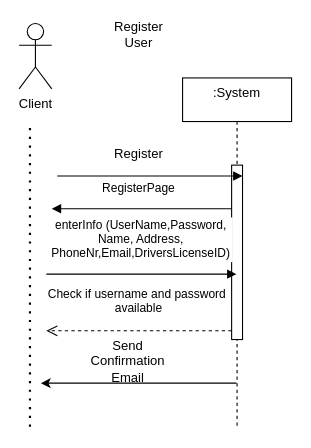
Before: page "Page-1" (1 of 2) of Document/Diagram/Register.drawio in Fei-D20/The_Autocamper_rental_business, a draw.io diagram. Source tidied: cells renumbered, new cells numbered last; positions are measured from the earlier drawing's top-left corner, leaving out a move shared by most shapes. Both pictures are drawn from the tidied source at 109%, with x=0, y=0 at pixel (19, 23).
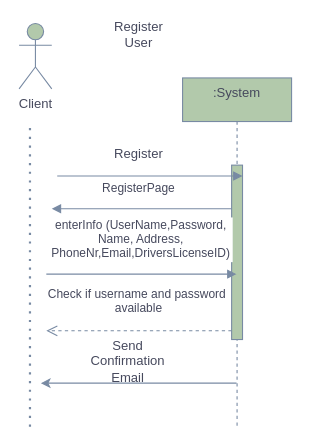
The same diagram, later.

Diff of the diagram source:
```diff
@@
-    <mxCell id="2" value=":System&#10;" style="shape=umlLifeline;perimeter=lifelinePerimeter;rounded=0;shadow=0;strokeWidth=1;" parent="1" vertex="1">
+    <mxCell id="2" value=":System&#10;" style="shape=umlLifeline;perimeter=lifelinePerimeter;rounded=0;shadow=0;strokeWidth=1;fillColor=#B2C9AB;strokeColor=#788AA3;fontColor=#46495D;" parent="1" vertex="1">
       <mxGeometry x="150" y="50" width="100" height="320" as="geometry" />
     </mxCell>
-    <mxCell id="3" style="points=[];perimeter=orthogonalPerimeter;rounded=0;shadow=0;strokeWidth=1;" parent="2" vertex="1">
+    <mxCell id="3" style="points=[];perimeter=orthogonalPerimeter;rounded=0;shadow=0;strokeWidth=1;fillColor=#B2C9AB;strokeColor=#788AA3;fontColor=#46495D;" parent="2" vertex="1">
       <mxGeometry x="45" y="80" width="10" height="160" as="geometry" />
     </mxCell>
-    <mxCell id="4" value="Check if username and password &#10;available" style="verticalAlign=bottom;endArrow=open;dashed=1;endSize=8;exitX=0;exitY=0.95;shadow=0;strokeWidth=1;" parent="1" edge="1" source="3">
+    <mxCell id="4" value="Check if username and password &#10;available" style="verticalAlign=bottom;endArrow=open;dashed=1;endSize=8;exitX=0;exitY=0.95;shadow=0;strokeWidth=1;strokeColor=#788AA3;fontColor=#46495D;" parent="1" edge="1" source="3">
       <mxGeometry y="-12" relative="1" as="geometry">
         <mxPoint x="25" y="282" as="targetPoint" />
       </mxGeometry>
     </mxCell>
-    <mxCell id="5" value="enterInfo (UserName,Password,&#10;Name, Address,&#10;PhoneNr,Email,DriversLicenseID)" style="verticalAlign=bottom;endArrow=block;shadow=0;strokeWidth=1;" parent="1" edge="1" target="2">
+    <mxCell id="5" value="enterInfo (UserName,Password,&#10;Name, Address,&#10;PhoneNr,Email,DriversLicenseID)" style="verticalAlign=bottom;endArrow=block;shadow=0;strokeWidth=1;strokeColor=#788AA3;fontColor=#46495D;" parent="1" edge="1" target="2">
       <mxGeometry y="10" relative="1" as="geometry">
         <mxPoint x="25" y="230" as="sourcePoint" />
         <Array as="points">
           <mxPoint x="100" y="230" />
           <mxPoint x="150" y="230" />
         </Array>
       </mxGeometry>
     </mxCell>
-    <mxCell id="6" value="RegisterPage" style="verticalAlign=bottom;endArrow=block;entryX=1;entryY=0;shadow=0;strokeWidth=1;" parent="1" edge="1" source="3">
+    <mxCell id="6" value="RegisterPage" style="verticalAlign=bottom;endArrow=block;entryX=1;entryY=0;shadow=0;strokeWidth=1;strokeColor=#788AA3;fontColor=#46495D;" parent="1" edge="1" source="3">
       <mxGeometry x="0.03" y="-10" relative="1" as="geometry">
         <mxPoint x="30" y="170" as="targetPoint" />
       </mxGeometry>
     </mxCell>
-    <mxCell id="7" value="Client&lt;br&gt;" style="shape=umlActor;verticalLabelPosition=bottom;verticalAlign=top;html=1;" parent="1" vertex="1">
+    <mxCell id="7" value="Client&lt;br&gt;" style="shape=umlActor;verticalLabelPosition=bottom;verticalAlign=top;html=1;fillColor=#B2C9AB;strokeColor=#788AA3;fontColor=#46495D;" parent="1" vertex="1">
       <mxGeometry width="30" height="60" as="geometry" />
     </mxCell>
-    <mxCell id="8" style="endArrow=none;dashed=1;html=1;dashPattern=1 3;strokeWidth=2;" parent="1" edge="1">
+    <mxCell id="8" style="endArrow=none;dashed=1;html=1;dashPattern=1 3;strokeWidth=2;strokeColor=#788AA3;fontColor=#46495D;" parent="1" edge="1">
       <mxGeometry relative="1" as="geometry">
         <mxPoint x="10" y="370" as="sourcePoint" />
         <mxPoint x="10" y="90" as="targetPoint" />
       </mxGeometry>
     </mxCell>
-    <mxCell id="9" value="Register User&lt;br&gt;" style="text;html=1;strokeColor=none;fillColor=none;align=center;verticalAlign=middle;whiteSpace=wrap;rounded=0;" parent="1" vertex="1">
+    <mxCell id="9" value="Register User&lt;br&gt;" style="text;html=1;strokeColor=none;fillColor=none;align=center;verticalAlign=middle;whiteSpace=wrap;rounded=0;fontColor=#46495D;" parent="1" vertex="1">
       <mxGeometry x="90" width="40" height="20" as="geometry" />
     </mxCell>
-    <mxCell id="10" style="verticalAlign=bottom;endArrow=block;entryX=0;entryY=0;shadow=0;strokeWidth=1;" parent="1" edge="1">
+    <mxCell id="10" style="verticalAlign=bottom;endArrow=block;entryX=0;entryY=0;shadow=0;strokeWidth=1;strokeColor=#788AA3;fontColor=#46495D;" parent="1" edge="1">
       <mxGeometry y="10" relative="1" as="geometry">
         <mxPoint x="35" y="140" as="sourcePoint" />
         <mxPoint x="205" y="140" as="targetPoint" />
       </mxGeometry>
     </mxCell>
-    <mxCell id="11" value="Register" style="text;html=1;strokeColor=none;fillColor=none;align=center;verticalAlign=middle;whiteSpace=wrap;rounded=0;" parent="1" vertex="1">
+    <mxCell id="11" value="Register" style="text;html=1;strokeColor=none;fillColor=none;align=center;verticalAlign=middle;whiteSpace=wrap;rounded=0;fontColor=#46495D;" parent="1" vertex="1">
       <mxGeometry x="90" y="110" width="40" height="20" as="geometry" />
     </mxCell>
-    <mxCell id="12" style="endArrow=classic;html=1;" parent="1" edge="1" source="2">
+    <mxCell id="12" style="endArrow=classic;html=1;strokeColor=#788AA3;fontColor=#46495D;" parent="1" edge="1" source="2">
       <mxGeometry relative="1" as="geometry">
         <mxPoint x="20" y="330" as="targetPoint" />
         <Array as="points">
           <mxPoint x="100" y="330" />
         </Array>
       </mxGeometry>
     </mxCell>
-    <mxCell id="13" value="Send Confirmation Email&lt;br&gt;" style="text;html=1;strokeColor=none;fillColor=none;align=center;verticalAlign=middle;whiteSpace=wrap;rounded=0;" parent="1" vertex="1">
+    <mxCell id="13" value="Send Confirmation Email&lt;br&gt;" style="text;html=1;strokeColor=none;fillColor=none;align=center;verticalAlign=middle;whiteSpace=wrap;rounded=0;fontColor=#46495D;" parent="1" vertex="1">
       <mxGeometry x="80" y="300" width="40" height="20" as="geometry" />
     </mxCell>
```
